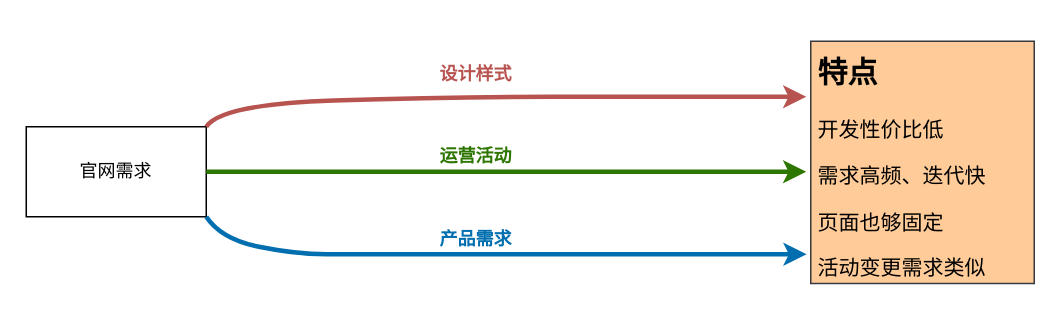
zyx1992/hexoDocs keeps this draw.io diagram as page "配置平台1" (5 of 6) of Untitled Diagram.drawio. Above is the earlier version. Source tidied: cells renumbered, new cells numbered last; positions are measured from the earlier drawing's top-left corner, leaving out a move shared by most shapes. Both pictures are drawn from the tidied source at 150%, with x=0, y=0 at pixel (26, 40).
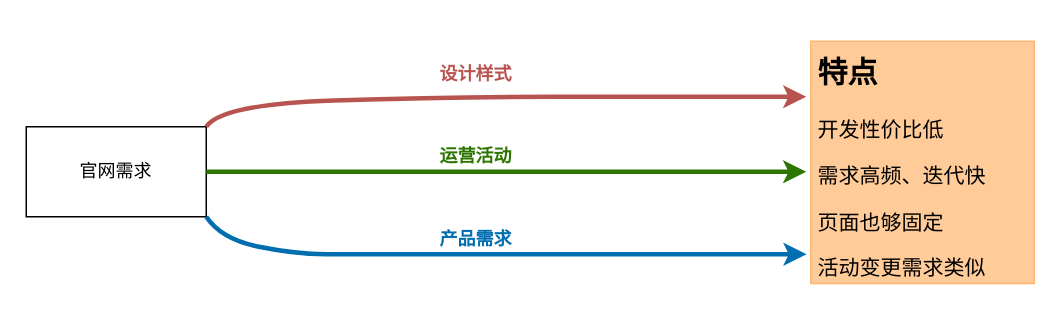
After the change.

What changed in the source:
```diff
@@
 <mxGraphModel>
   <root>
     <mxCell id="0" />
     <mxCell id="1" parent="0" />
     <mxCell id="2" value="官网需求" style="rounded=0;whiteSpace=wrap;html=1;" parent="1" vertex="1">
       <mxGeometry y="57" width="120" height="60" as="geometry" />
     </mxCell>
     <mxCell id="3" style="curved=1;endArrow=classic;html=1;exitX=1;exitY=0;exitDx=0;exitDy=0;strokeWidth=3;fillColor=#f8cecc;strokeColor=#b85450;" parent="1" edge="1" source="2">
       <mxGeometry relative="1" as="geometry">
         <mxPoint x="520" y="37" as="targetPoint" />
         <Array as="points">
           <mxPoint x="130" y="42" />
           <mxPoint x="280" y="37" />
           <mxPoint x="420" y="37" />
         </Array>
       </mxGeometry>
     </mxCell>
     <mxCell id="4" style="curved=1;endArrow=classic;html=1;exitX=1;exitY=0.5;exitDx=0;exitDy=0;strokeWidth=3;fillColor=#60a917;strokeColor=#2D7600;" parent="1" edge="1" source="2">
       <mxGeometry relative="1" as="geometry">
         <mxPoint x="520" y="87" as="targetPoint" />
         <Array as="points">
           <mxPoint x="180" y="87" />
           <mxPoint x="320" y="87" />
         </Array>
       </mxGeometry>
     </mxCell>
     <mxCell id="5" style="curved=1;endArrow=classic;html=1;exitX=1;exitY=1;exitDx=0;exitDy=0;strokeWidth=3;fillColor=#1ba1e2;strokeColor=#006EAF;" parent="1" edge="1" source="2">
       <mxGeometry relative="1" as="geometry">
         <mxPoint x="520.2" y="142" as="targetPoint" />
         <Array as="points">
           <mxPoint x="130" y="132" />
           <mxPoint x="180.2" y="142" />
           <mxPoint x="220.2" y="142" />
           <mxPoint x="320.2" y="142" />
         </Array>
       </mxGeometry>
     </mxCell>
     <mxCell id="6" value="运营活动" style="text;html=1;strokeColor=none;fillColor=none;align=center;verticalAlign=middle;whiteSpace=wrap;rounded=0;fontColor=#2D7600;fontStyle=1;" parent="1" vertex="1">
       <mxGeometry x="250" y="67" width="100" height="20" as="geometry" />
     </mxCell>
     <mxCell id="7" value="产品需求" style="text;html=1;strokeColor=none;fillColor=none;align=center;verticalAlign=middle;whiteSpace=wrap;rounded=0;fontColor=#006EAF;fontStyle=1;" parent="1" vertex="1">
       <mxGeometry x="250" y="122" width="100" height="20" as="geometry" />
     </mxCell>
     <mxCell id="8" value="&lt;font color=&quot;#b85450&quot;&gt;设计样式&lt;/font&gt;" style="text;html=1;strokeColor=none;fillColor=none;align=center;verticalAlign=middle;whiteSpace=wrap;rounded=0;fontColor=#FF3399;fontStyle=1;" parent="1" vertex="1">
       <mxGeometry x="250" y="12" width="100" height="20" as="geometry" />
     </mxCell>
-    <mxCell id="9" value="&lt;h1&gt;&lt;font style=&quot;font-size: 20px&quot;&gt;特点&lt;/font&gt;&lt;/h1&gt;&lt;p style=&quot;font-size: 14px&quot;&gt;&lt;font style=&quot;font-size: 14px&quot;&gt;开发性价比低&lt;/font&gt;&lt;/p&gt;&lt;p style=&quot;font-size: 14px&quot;&gt;&lt;font style=&quot;font-size: 14px&quot;&gt;需求高频、迭代快&lt;/font&gt;&lt;/p&gt;&lt;p style=&quot;font-size: 14px&quot;&gt;&lt;font style=&quot;font-size: 14px&quot;&gt;页面也够固定&lt;/font&gt;&lt;/p&gt;&lt;p style=&quot;font-size: 14px&quot;&gt;&lt;font style=&quot;font-size: 14px&quot;&gt;活动变更需求类似&lt;/font&gt;&lt;/p&gt;&lt;p style=&quot;font-size: 14px&quot;&gt;&lt;br&gt;&lt;/p&gt;" style="text;html=1;strokeColor=#36393d;fillColor=#ffcc99;spacing=5;spacingTop=-20;whiteSpace=wrap;overflow=hidden;rounded=0;" parent="1" vertex="1">
+    <mxCell id="9" value="&lt;h1&gt;&lt;font style=&quot;font-size: 20px&quot;&gt;特点&lt;/font&gt;&lt;/h1&gt;&lt;p style=&quot;font-size: 14px&quot;&gt;&lt;font style=&quot;font-size: 14px&quot;&gt;开发性价比低&lt;/font&gt;&lt;/p&gt;&lt;p style=&quot;font-size: 14px&quot;&gt;&lt;font style=&quot;font-size: 14px&quot;&gt;需求高频、迭代快&lt;/font&gt;&lt;/p&gt;&lt;p style=&quot;font-size: 14px&quot;&gt;&lt;font style=&quot;font-size: 14px&quot;&gt;页面也够固定&lt;/font&gt;&lt;/p&gt;&lt;p style=&quot;font-size: 14px&quot;&gt;&lt;font style=&quot;font-size: 14px&quot;&gt;活动变更需求类似&lt;/font&gt;&lt;/p&gt;&lt;p style=&quot;font-size: 14px&quot;&gt;&lt;br&gt;&lt;/p&gt;" style="text;html=1;fillColor=#ffcc99;spacing=5;spacingTop=-20;whiteSpace=wrap;overflow=hidden;rounded=0;strokeColor=#FFB570;" parent="1" vertex="1">
       <mxGeometry x="523" width="149" height="161.5" as="geometry" />
     </mxCell>
   </root>
 </mxGraphModel>
```
